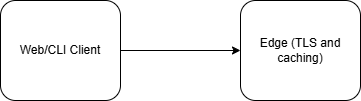
Earlier version of the draw.io export fnd-agent-local/docs/architecture/HLD/HLD.drawio.png (jsfmu/floor-decor-agent). Source tidied: cells renumbered, new cells last; positions are measured from the earlier drawing's top-left corner, leaving out a move shared by most shapes. Its diagram source:
```xml
<mxGraphModel>
  <root>
    <mxCell id="0" />
    <mxCell id="1" parent="0" />
    <mxCell id="2" value="Web/CLI Client" style="rounded=1;whiteSpace=wrap;html=1;" parent="1" vertex="1">
      <mxGeometry width="120" height="100" as="geometry" />
    </mxCell>
    <mxCell id="3" style="endArrow=classic;html=1;exitX=1;exitY=0.5;exitDx=0;exitDy=0;" parent="1" edge="1" source="2">
      <mxGeometry relative="1" as="geometry">
        <mxPoint x="240" y="50" as="targetPoint" />
      </mxGeometry>
    </mxCell>
    <mxCell id="4" value="Edge (TLS and caching)" style="rounded=1;whiteSpace=wrap;html=1;" parent="1" vertex="1">
      <mxGeometry x="240" width="120" height="100" as="geometry" />
    </mxCell>
  </root>
</mxGraphModel>
```
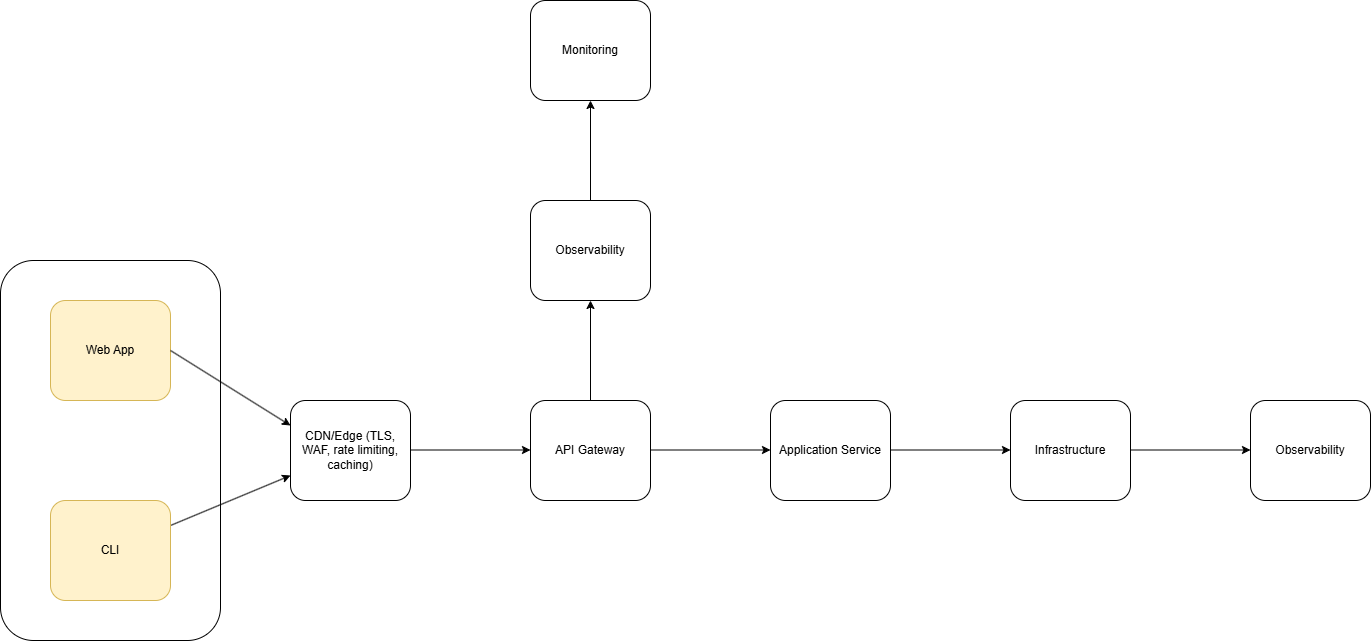
Above is the later version.

Commit message:
Updated draw.io High Level Design

What changed in the source:
```diff
@@ -2,16 +2,73 @@
   <root>
     <mxCell id="0" />
     <mxCell id="1" parent="0" />
+    <mxCell id="5" style="rounded=1;whiteSpace=wrap;html=1;" parent="1" vertex="1">
+      <mxGeometry x="-50" y="-140" width="220" height="380" as="geometry" />
+    </mxCell>
-    <mxCell id="2" value="Web/CLI Client" style="rounded=1;whiteSpace=wrap;html=1;" parent="1" vertex="1">
-      <mxGeometry width="120" height="100" as="geometry" />
+    <mxCell id="2" value="Web App" style="rounded=1;whiteSpace=wrap;html=1;fillColor=#fff2cc;strokeColor=#d6b656;" parent="1" vertex="1">
+      <mxGeometry y="-100" width="120" height="100" as="geometry" />
     </mxCell>
-    <mxCell id="3" style="endArrow=classic;html=1;exitX=1;exitY=0.5;exitDx=0;exitDy=0;" parent="1" edge="1" source="2">
-      <mxGeometry relative="1" as="geometry">
-        <mxPoint x="240" y="50" as="targetPoint" />
-      </mxGeometry>
+    <mxCell id="3" style="endArrow=classic;html=1;exitX=1;exitY=0.5;exitDx=0;exitDy=0;entryX=0;entryY=0.25;entryDx=0;entryDy=0;" parent="1" edge="1" source="2" target="4">
+      <mxGeometry relative="1" as="geometry" />
     </mxCell>
-    <mxCell id="4" value="Edge (TLS and caching)" style="rounded=1;whiteSpace=wrap;html=1;" parent="1" vertex="1">
+    <mxCell id="4" value="CDN/Edge (TLS, WAF, rate limiting, caching)" style="rounded=1;whiteSpace=wrap;html=1;" parent="1" vertex="1">
       <mxGeometry x="240" width="120" height="100" as="geometry" />
     </mxCell>
+    <mxCell id="6" style="endArrow=classic;html=1;exitX=1;exitY=0.5;exitDx=0;exitDy=0;" parent="1" edge="1">
+      <mxGeometry relative="1" as="geometry">
+        <mxPoint x="360" y="49.5" as="sourcePoint" />
+        <mxPoint x="480" y="49.5" as="targetPoint" />
+      </mxGeometry>
+    </mxCell>
+    <mxCell id="7" value="API Gateway" style="rounded=1;whiteSpace=wrap;html=1;" parent="1" vertex="1">
+      <mxGeometry x="480" width="120" height="100" as="geometry" />
+    </mxCell>
+    <mxCell id="8" style="endArrow=classic;html=1;exitX=1;exitY=0.5;exitDx=0;exitDy=0;" parent="1" edge="1">
+      <mxGeometry relative="1" as="geometry">
+        <mxPoint x="600" y="49.5" as="sourcePoint" />
+        <mxPoint x="720" y="49.5" as="targetPoint" />
+      </mxGeometry>
+    </mxCell>
+    <mxCell id="9" value="Application Service" style="rounded=1;whiteSpace=wrap;html=1;" parent="1" vertex="1">
+      <mxGeometry x="720" width="120" height="100" as="geometry" />
+    </mxCell>
+    <mxCell id="10" style="endArrow=classic;html=1;exitX=1;exitY=0.5;exitDx=0;exitDy=0;" parent="1" edge="1">
+      <mxGeometry relative="1" as="geometry">
+        <mxPoint x="840" y="49.5" as="sourcePoint" />
+        <mxPoint x="960" y="49.5" as="targetPoint" />
+      </mxGeometry>
+    </mxCell>
+    <mxCell id="11" value="Infrastructure" style="rounded=1;whiteSpace=wrap;html=1;" parent="1" vertex="1">
+      <mxGeometry x="960" width="120" height="100" as="geometry" />
+    </mxCell>
+    <mxCell id="12" style="endArrow=classic;html=1;exitX=1;exitY=0.5;exitDx=0;exitDy=0;" parent="1" edge="1">
+      <mxGeometry relative="1" as="geometry">
+        <mxPoint x="1080" y="49.5" as="sourcePoint" />
+        <mxPoint x="1200" y="49.5" as="targetPoint" />
+      </mxGeometry>
+    </mxCell>
+    <mxCell id="13" value="Observability" style="rounded=1;whiteSpace=wrap;html=1;" parent="1" vertex="1">
+      <mxGeometry x="1200" width="120" height="100" as="geometry" />
+    </mxCell>
+    <mxCell id="14" style="endArrow=classic;html=1;exitX=0.5;exitY=0;exitDx=0;exitDy=0;entryX=0.5;entryY=1;entryDx=0;entryDy=0;" parent="1" edge="1" source="7" target="15">
+      <mxGeometry relative="1" as="geometry" />
+    </mxCell>
+    <mxCell id="15" value="Observability" style="rounded=1;whiteSpace=wrap;html=1;" parent="1" vertex="1">
+      <mxGeometry x="480" y="-200" width="120" height="100" as="geometry" />
+    </mxCell>
+    <mxCell id="16" style="endArrow=classic;html=1;exitX=0.5;exitY=0;exitDx=0;exitDy=0;entryX=0.5;entryY=1;entryDx=0;entryDy=0;" parent="1" edge="1" target="17">
+      <mxGeometry relative="1" as="geometry">
+        <mxPoint x="540" y="-200" as="sourcePoint" />
+      </mxGeometry>
+    </mxCell>
+    <mxCell id="17" value="Monitoring" style="rounded=1;whiteSpace=wrap;html=1;" parent="1" vertex="1">
+      <mxGeometry x="480" y="-400" width="120" height="100" as="geometry" />
+    </mxCell>
+    <mxCell id="18" style="edgeStyle=none;html=1;entryX=0;entryY=0.75;entryDx=0;entryDy=0;" parent="1" edge="1" source="19" target="4">
+      <mxGeometry relative="1" as="geometry" />
+    </mxCell>
+    <mxCell id="19" value="CLI" style="rounded=1;whiteSpace=wrap;html=1;fillColor=#fff2cc;strokeColor=#d6b656;" parent="1" vertex="1">
+      <mxGeometry y="100" width="120" height="100" as="geometry" />
+    </mxCell>
   </root>
 </mxGraphModel>
```
